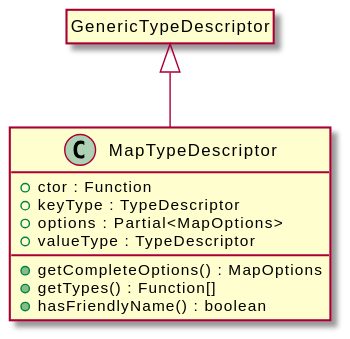
OpenHPS/openhps-core keeps this PlantUML diagram as assets/MapTypeDescriptor-umlClassDiagram-6936.svg. Above is the earlier version. Its diagram source:
```plantuml
@startuml
skinparam BackgroundColor transparent
hide empty methods
hide empty fields
class "MapTypeDescriptor" {
    +ctor : Function
    +keyType : TypeDescriptor
    +options : Partial<MapOptions>
    +valueType : TypeDescriptor
    +getCompleteOptions() : MapOptions
    +getTypes() : Function[]
    +hasFriendlyName() : boolean
}
class "GenericTypeDescriptor"
hide "GenericTypeDescriptor" circle
"GenericTypeDescriptor" <|-- "MapTypeDescriptor"
@enduml
```
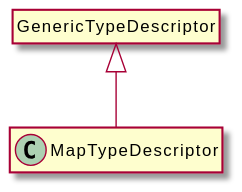
After the change.

Diff of the diagram source:
```diff
@@ -3,13 +3,6 @@
 hide empty methods
 hide empty fields
 class "MapTypeDescriptor" {
-    +ctor : Function
-    +keyType : TypeDescriptor
-    +options : Partial<MapOptions>
-    +valueType : TypeDescriptor
-    +getCompleteOptions() : MapOptions
-    +getTypes() : Function[]
-    +hasFriendlyName() : boolean
 }
 class "GenericTypeDescriptor"
 hide "GenericTypeDescriptor" circle
```
